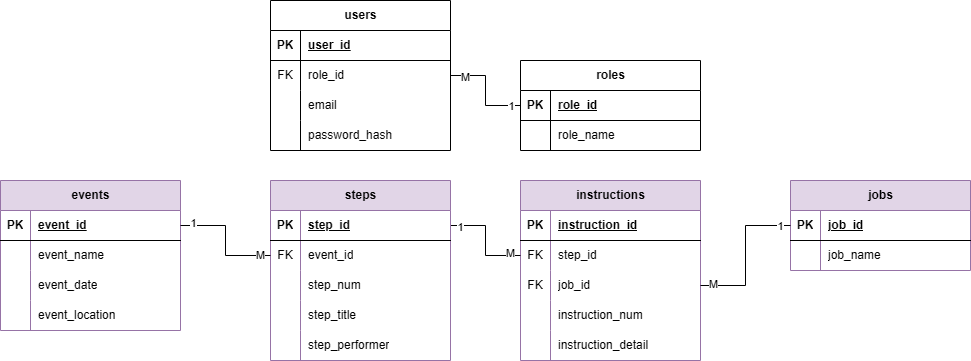
This is Documentation/02 - Research and planning/5.1. Database Schema.png from kitaaaaaaaaaa/se12-project, a draw.io export, as it was before one commit. Source tidied: cells renumbered, new cells last; positions are measured from the earlier drawing's top-left corner, leaving out a move shared by most shapes.
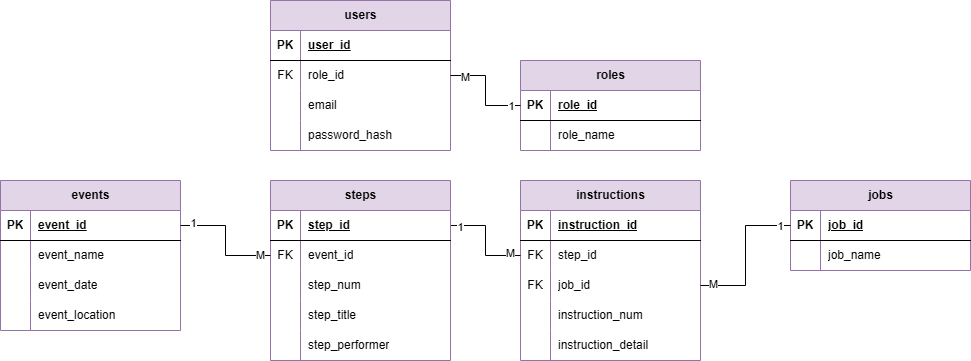
After the change.

Diff of the diagram source:
```diff
@@ -2,7 +2,7 @@
   <root>
     <mxCell id="0" />
     <mxCell id="1" parent="0" />
-    <mxCell id="2" value="roles" style="shape=table;startSize=30;rowLines=0;fontStyle=1;align=center;html=1;" parent="1" vertex="1">
+    <mxCell id="2" value="roles" style="shape=table;startSize=30;rowLines=0;fontStyle=1;align=center;html=1;fillColor=#e1d5e7;strokeColor=#9673a6;" parent="1" vertex="1">
       <mxGeometry x="520" y="60" width="180" height="90" as="geometry" />
     </mxCell>
     <mxCell id="3" style="shape=tableRow;horizontal=0;startSize=0;swimlaneHead=0;swimlaneBody=0;fillColor=none;points=[[0,0.5],[1,0.5]];portConstraint=eastwest;top=0;left=0;right=0;bottom=1;" parent="2" vertex="1">
@@ -131,7 +131,7 @@
     <mxCell id="44" value="instruction_detail" style="shape=partialRectangle;fillColor=none;top=0;left=0;bottom=0;right=0;align=left;spacingLeft=6;overflow=hidden;whiteSpace=wrap;html=1;" parent="42" vertex="1">
       <mxGeometry x="30" width="150" height="30" as="geometry" />
     </mxCell>
-    <mxCell id="45" value="users" style="shape=table;startSize=30;rowLines=0;fontStyle=1;align=center;html=1;" parent="1" vertex="1">
+    <mxCell id="45" value="users" style="shape=table;startSize=30;rowLines=0;fontStyle=1;align=center;html=1;fillColor=#e1d5e7;strokeColor=#9673a6;" parent="1" vertex="1">
       <mxGeometry x="270" width="180" height="150" as="geometry" />
     </mxCell>
     <mxCell id="46" style="shape=tableRow;horizontal=0;startSize=0;swimlaneHead=0;swimlaneBody=0;fillColor=none;top=0;left=0;right=0;bottom=1;" parent="45" vertex="1">
```
